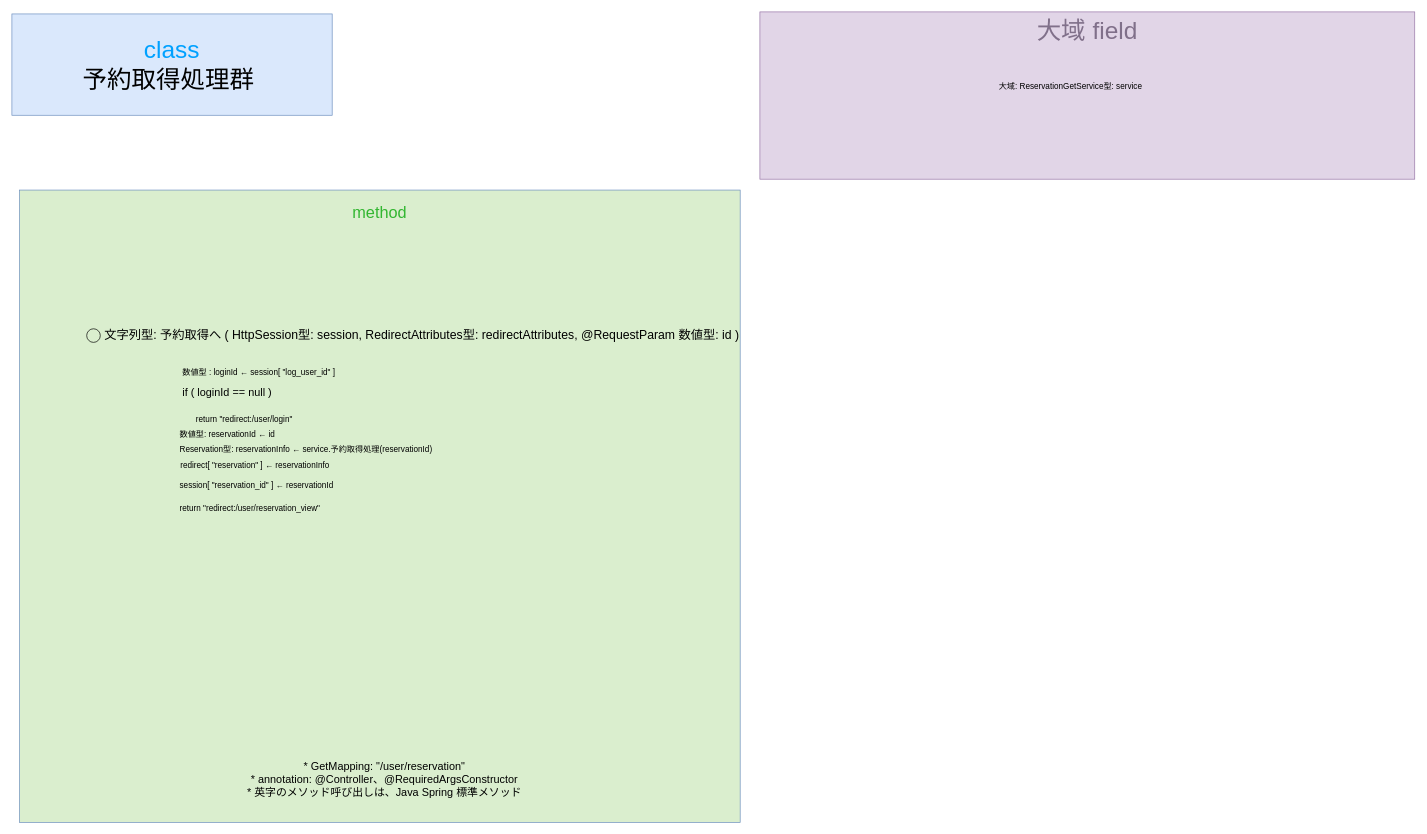
This is gijigengo/controller/user/meeting_reservation_sys controller_user ReservationGetControllerクラス 疑似言語.drawio from tro319/meeting_reservation_system, a draw.io file, before an edit. Source tidied: cells renumbered, new cells numbered last; positions are measured from the earlier drawing's top-left corner, leaving out a move shared by most shapes. Both pictures are drawn from the tidied source at 68%, with x=0, y=0 at pixel (12, 12).
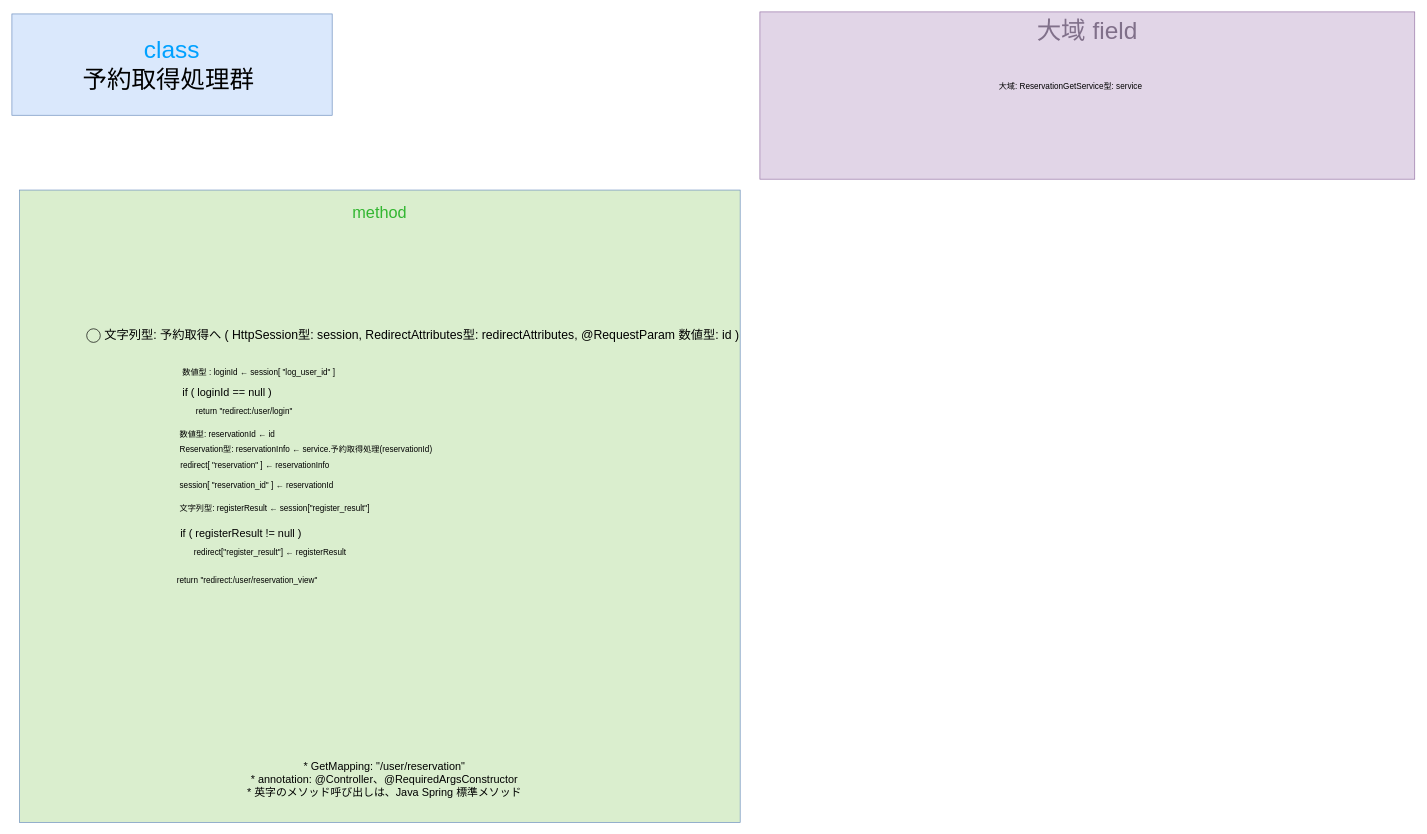
Above is the later version.

Change to the diagram source:
```diff
@@
 <mxGraphModel>
   <root>
     <mxCell id="0" />
     <mxCell id="1" parent="0" />
     <mxCell id="2" value="&lt;div&gt;&lt;span style=&quot;color: rgb(0, 161, 255);&quot;&gt;class&lt;/span&gt;&lt;/div&gt;&lt;div&gt;予約取得処理群&amp;nbsp;&lt;/div&gt;" style="text;html=1;whiteSpace=wrap;strokeColor=#6c8ebf;fillColor=#dae8fc;align=center;verticalAlign=middle;rounded=0;fontSize=36;" parent="1" vertex="1">
       <mxGeometry y="3" width="471" height="149" as="geometry" />
     </mxCell>
     <mxCell id="3" value="&lt;div&gt;&lt;font style=&quot;font-size: 24px;&quot;&gt;&lt;span style=&quot;color: rgb(50, 182, 49);&quot;&gt;&lt;span style=&quot;&quot;&gt;&lt;span style=&quot;&quot;&gt;&lt;span&gt;method&lt;/span&gt;&lt;/span&gt;&lt;/span&gt;&lt;/span&gt;&lt;/font&gt;&lt;/div&gt;&lt;div&gt;&lt;font style=&quot;font-size: 24px;&quot;&gt;&lt;span style=&quot;color: rgba(0, 0, 0, 0);&quot;&gt;&lt;span style=&quot;color: rgba(0, 0, 0, 0);&quot;&gt;&lt;span style=&quot;&quot;&gt;&lt;span style=&quot;&quot;&gt;&lt;br&gt;&lt;/span&gt;&lt;/span&gt;&lt;/span&gt;&lt;/span&gt;&lt;/font&gt;&lt;/div&gt;" style="text;html=1;whiteSpace=wrap;strokeColor=#6c8ebf;fillColor=light-dark(#daeece, #214210);align=center;verticalAlign=top;rounded=0;fontSize=36;fontColor=#00A1FF;" parent="1" vertex="1">
       <mxGeometry x="11" y="262" width="1060" height="930" as="geometry" />
     </mxCell>
     <mxCell id="4" value="&lt;div&gt;&lt;span style=&quot;color: rgb(0, 0, 0);&quot;&gt;&lt;font&gt;数値型 : loginId ←&amp;nbsp;&lt;/font&gt;&lt;/span&gt;&lt;span style=&quot;color: rgb(0, 0, 0);&quot;&gt;&lt;font&gt;session[ &quot;log_user_id&quot; ]&lt;/font&gt;&lt;/span&gt;&lt;/div&gt;" style="text;html=1;whiteSpace=wrap;strokeColor=none;fillColor=none;align=left;verticalAlign=middle;rounded=0;fontSize=12;" parent="1" vertex="1">
       <mxGeometry x="249" y="515" width="590" height="30" as="geometry" />
     </mxCell>
     <mxCell id="5" value="&lt;div&gt;&lt;span&gt;&lt;span&gt;&lt;span style=&quot;color: rgb(0, 0, 0);&quot;&gt;&lt;font style=&quot;font-size: 16px;&quot;&gt;* GetMapping: &quot;/user/reservation&quot;&lt;/font&gt;&lt;/span&gt;&lt;/span&gt;&lt;/span&gt;&lt;/div&gt;&lt;div&gt;&lt;span&gt;&lt;span&gt;&lt;span style=&quot;color: rgb(0, 0, 0);&quot;&gt;&lt;font style=&quot;font-size: 16px;&quot;&gt;* annotation: @Controller、@RequiredArgsConstructor&lt;/font&gt;&lt;/span&gt;&lt;/span&gt;&lt;/span&gt;&lt;/div&gt;&lt;div&gt;&lt;span&gt;&lt;span&gt;&lt;span style=&quot;color: rgb(0, 0, 0);&quot;&gt;&lt;font style=&quot;font-size: 16px;&quot;&gt;* 英字のメソッド呼び出しは、Java Spring 標準メソッド&lt;/font&gt;&lt;/span&gt;&lt;/span&gt;&lt;/span&gt;&lt;/div&gt;" style="text;html=1;whiteSpace=wrap;strokeColor=none;fillColor=none;align=center;verticalAlign=middle;rounded=0;" parent="1" vertex="1">
       <mxGeometry x="253" y="1114" width="590" height="30" as="geometry" />
     </mxCell>
     <mxCell id="6" value="&lt;div align=&quot;left&quot;&gt;&lt;span style=&quot;color: rgb(0, 0, 0);&quot;&gt;&lt;font style=&quot;font-size: 16px;&quot;&gt;if ( loginId == null )&amp;nbsp;&lt;/font&gt;&lt;/span&gt;&lt;/div&gt;" style="text;html=1;whiteSpace=wrap;strokeColor=none;fillColor=none;align=left;verticalAlign=middle;rounded=0;" parent="1" vertex="1">
       <mxGeometry x="249" y="545" width="590" height="30" as="geometry" />
     </mxCell>
     <mxCell id="7" value="return &quot;redirect:/user/login&quot;" style="text;html=1;whiteSpace=wrap;strokeColor=none;fillColor=none;align=left;verticalAlign=middle;rounded=0;" parent="1" vertex="1">
-      <mxGeometry x="269" y="585" width="590" height="30" as="geometry" />
+      <mxGeometry x="269" y="573" width="590" height="30" as="geometry" />
     </mxCell>
     <mxCell id="8" value="&lt;div align=&quot;left&quot;&gt;&lt;span style=&quot;color: rgb(0, 0, 0);&quot;&gt;&lt;font&gt;redirect[ &quot;reservation&quot; ] ← reservationInfo&lt;/font&gt;&lt;/span&gt;&lt;/div&gt;" style="text;html=1;whiteSpace=wrap;strokeColor=none;fillColor=none;align=left;verticalAlign=middle;rounded=0;fontSize=12;" parent="1" vertex="1">
       <mxGeometry x="246" y="652" width="590" height="30" as="geometry" />
     </mxCell>
     <mxCell id="9" value="&lt;font&gt;大域 field&lt;/font&gt;" style="rounded=0;whiteSpace=wrap;html=1;fillColor=#e1d5e7;strokeColor=#9673a6;verticalAlign=top;fontSize=36;fontColor=#80708A;" parent="1" vertex="1">
       <mxGeometry x="1100" width="963" height="246" as="geometry" />
     </mxCell>
     <mxCell id="10" value="&lt;font&gt;&lt;span&gt;&lt;span&gt;&lt;span style=&quot;color: rgb(0, 0, 0);&quot;&gt;&lt;font&gt;大域: ReservationGetService型: service&lt;/font&gt;&lt;/span&gt;&lt;/span&gt;&lt;/span&gt;&lt;/font&gt;" style="whiteSpace=wrap;html=1;fillColor=none;labelBorderColor=none;strokeColor=none;fontSize=12;" parent="1" vertex="1">
       <mxGeometry x="1249.5" y="95" width="614" height="30" as="geometry" />
     </mxCell>
     <mxCell id="11" value="&amp;nbsp; &amp;nbsp; &amp;nbsp; &amp;nbsp; &amp;nbsp; &amp;nbsp; &amp;nbsp;" style="ellipse;whiteSpace=wrap;html=1;fillColor=none;" parent="1" vertex="1">
       <mxGeometry x="110" y="466" width="20" height="20" as="geometry" />
     </mxCell>
     <mxCell id="12" value="&lt;font style=&quot;font-size: 18px;&quot;&gt;&lt;span&gt;&lt;span&gt;&lt;span style=&quot;color: rgb(0, 0, 0);&quot;&gt;&lt;font&gt;文字列型: 予約取得へ ( HttpSession型: session, RedirectAttributes型: redirectAttributes, @RequestParam 数値型: id )&lt;/font&gt;&lt;/span&gt;&lt;/span&gt;&lt;/span&gt;&lt;/font&gt;" style="whiteSpace=wrap;html=1;fillColor=none;labelBorderColor=none;strokeColor=none;" parent="1" vertex="1">
       <mxGeometry x="128" y="461" width="950.3" height="30" as="geometry" />
     </mxCell>
-    <mxCell id="13" value="return &quot;redirect:/user/reservation_view&quot;" style="text;html=1;whiteSpace=wrap;strokeColor=none;fillColor=none;align=left;verticalAlign=middle;rounded=0;" parent="1" vertex="1">
+    <mxCell id="13" value="文字列型: registerResult ← session[&quot;register_result&quot;]" style="text;html=1;whiteSpace=wrap;strokeColor=none;fillColor=none;align=left;verticalAlign=middle;rounded=0;" parent="1" vertex="1">
       <mxGeometry x="245" y="716" width="590" height="30" as="geometry" />
     </mxCell>
     <mxCell id="14" value="Reservation型: reservationInfo ← service.予約取得処理(reservationId)" style="text;html=1;whiteSpace=wrap;strokeColor=none;fillColor=none;align=left;verticalAlign=middle;rounded=0;" parent="1" vertex="1">
       <mxGeometry x="245" y="628" width="590" height="30" as="geometry" />
     </mxCell>
     <mxCell id="15" value="数値型: reservationId ← id" style="text;html=1;whiteSpace=wrap;strokeColor=none;fillColor=none;align=left;verticalAlign=middle;rounded=0;" parent="1" vertex="1">
       <mxGeometry x="245" y="606" width="590" height="30" as="geometry" />
     </mxCell>
     <mxCell id="16" value="&lt;div align=&quot;left&quot;&gt;&lt;span style=&quot;color: rgb(0, 0, 0);&quot;&gt;&lt;font&gt;session[ &quot;reservation_id&quot; ] ← reservationId&lt;/font&gt;&lt;/span&gt;&lt;/div&gt;" style="text;html=1;whiteSpace=wrap;strokeColor=none;fillColor=none;align=left;verticalAlign=middle;rounded=0;fontSize=12;" parent="1" vertex="1">
       <mxGeometry x="245" y="682" width="590" height="30" as="geometry" />
     </mxCell>
+    <mxCell id="17" value="&lt;div align=&quot;left&quot;&gt;&lt;span style=&quot;color: rgb(0, 0, 0);&quot;&gt;&lt;font style=&quot;font-size: 16px;&quot;&gt;if ( registerResult != null )&amp;nbsp;&lt;/font&gt;&lt;/span&gt;&lt;/div&gt;" style="text;html=1;whiteSpace=wrap;strokeColor=none;fillColor=none;align=left;verticalAlign=middle;rounded=0;" parent="1" vertex="1">
+      <mxGeometry x="246" y="752" width="590" height="30" as="geometry" />
+    </mxCell>
+    <mxCell id="18" value="redirect[&quot;register_result&quot;] ← registerResult" style="text;html=1;whiteSpace=wrap;strokeColor=none;fillColor=none;align=left;verticalAlign=middle;rounded=0;" parent="1" vertex="1">
+      <mxGeometry x="266" y="780" width="590" height="30" as="geometry" />
+    </mxCell>
+    <mxCell id="19" value="return &quot;redirect:/user/reservation_view&quot;" style="text;html=1;whiteSpace=wrap;strokeColor=none;fillColor=none;align=left;verticalAlign=middle;rounded=0;" parent="1" vertex="1">
+      <mxGeometry x="241" y="822" width="590" height="30" as="geometry" />
+    </mxCell>
   </root>
 </mxGraphModel>
```
